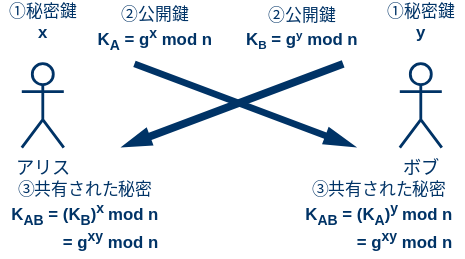
This is img/8-dh-key-exchange.svg from akakou-doc/pubkey-crypto, a draw.io export, as it was before one commit. Source tidied: cells renumbered, new cells last; positions are measured from the earlier drawing's top-left corner, leaving out a move shared by most shapes.
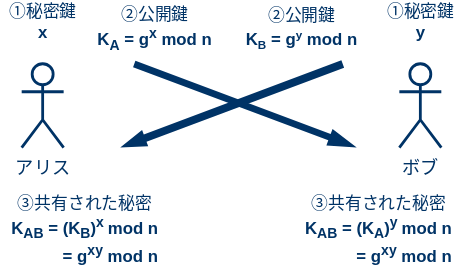
The same diagram one commit later.

Diff of the diagram source:
```diff
@@ -8,13 +8,13 @@
     <mxCell id="3" value="&lt;font color=&quot;#003366&quot; style=&quot;font-size: 13px&quot;&gt;ボブ&lt;br&gt;&lt;/font&gt;" style="shape=umlActor;verticalLabelPosition=bottom;labelBackgroundColor=#ffffff;verticalAlign=top;html=1;strokeColor=#003366;strokeWidth=2;" parent="1" vertex="1">
       <mxGeometry x="285" y="45" width="30" height="60" as="geometry" />
     </mxCell>
-    <mxCell id="4" style="shape=flexArrow;endArrow=classic;html=1;endWidth=7.359999999999999;endSize=7.208;fillColor=#003366;strokeColor=none;startSize=6;width=5.6;" parent="1" edge="1">
+    <mxCell id="4" style="shape=flexArrow;endArrow=classic;html=1;endWidth=5.8;endSize=6;fillColor=#003366;strokeColor=none;startSize=6;width=5.6;" parent="1" edge="1">
       <mxGeometry relative="1" as="geometry">
         <mxPoint x="245" y="45" as="sourcePoint" />
         <mxPoint x="85" y="105" as="targetPoint" />
       </mxGeometry>
     </mxCell>
-    <mxCell id="5" style="shape=flexArrow;endArrow=classic;html=1;endWidth=7.68;endSize=7.756;fillColor=#003366;strokeColor=none;startSize=6;width=4.8;" parent="1" edge="1">
+    <mxCell id="5" style="shape=flexArrow;endArrow=classic;html=1;endWidth=6.733333333333333;endSize=6.6066666666666665;fillColor=#003366;strokeColor=none;startSize=6;width=4.8;" parent="1" edge="1">
       <mxGeometry relative="1" as="geometry">
         <mxPoint x="95" y="45" as="sourcePoint" />
         <mxPoint x="255" y="105" as="targetPoint" />
@@ -33,10 +33,10 @@
       <mxGeometry x="170" width="90" height="40" as="geometry" />
     </mxCell>
     <mxCell id="10" value="&lt;font color=&quot;#003366&quot;&gt;③共有された秘密&lt;br&gt;&lt;b&gt;K&lt;sub&gt;AB&lt;/sub&gt;&amp;nbsp;= (K&lt;sub&gt;B&lt;/sub&gt;)&lt;sup&gt;x&lt;/sup&gt;&lt;span style=&quot;font-size: 10px&quot;&gt;&amp;nbsp;&lt;/span&gt;mod n&lt;br&gt;&amp;nbsp; &amp;nbsp; &amp;nbsp; &amp;nbsp; &amp;nbsp; &amp;nbsp;= g&lt;sup&gt;xy&lt;/sup&gt;&amp;nbsp;mod n&lt;/b&gt;&lt;/font&gt;&lt;sup&gt;&lt;br&gt;&lt;/sup&gt;" style="text;html=1;align=center;verticalAlign=middle;" parent="1" vertex="1">
-      <mxGeometry y="124" width="120" height="60" as="geometry" />
+      <mxGeometry y="134" width="120" height="60" as="geometry" />
     </mxCell>
     <mxCell id="11" value="&lt;font color=&quot;#003366&quot;&gt;③共有された秘密&lt;br&gt;&lt;b&gt;K&lt;sub&gt;AB&lt;/sub&gt; = (K&lt;sub&gt;A&lt;/sub&gt;)&lt;sup&gt;y&lt;/sup&gt;&lt;span style=&quot;font-size: 10px&quot;&gt;&amp;nbsp;&lt;/span&gt;mod n&lt;br&gt;&amp;nbsp; &amp;nbsp; &amp;nbsp; &amp;nbsp; &amp;nbsp; &amp;nbsp;= g&lt;sup&gt;xy&lt;/sup&gt;&amp;nbsp;mod n&lt;/b&gt;&lt;/font&gt;&lt;sup&gt;&lt;br&gt;&lt;/sup&gt;" style="text;html=1;align=center;verticalAlign=middle;" parent="1" vertex="1">
-      <mxGeometry x="210" y="124" width="120" height="60" as="geometry" />
+      <mxGeometry x="210" y="134" width="120" height="60" as="geometry" />
     </mxCell>
   </root>
 </mxGraphModel>
```
